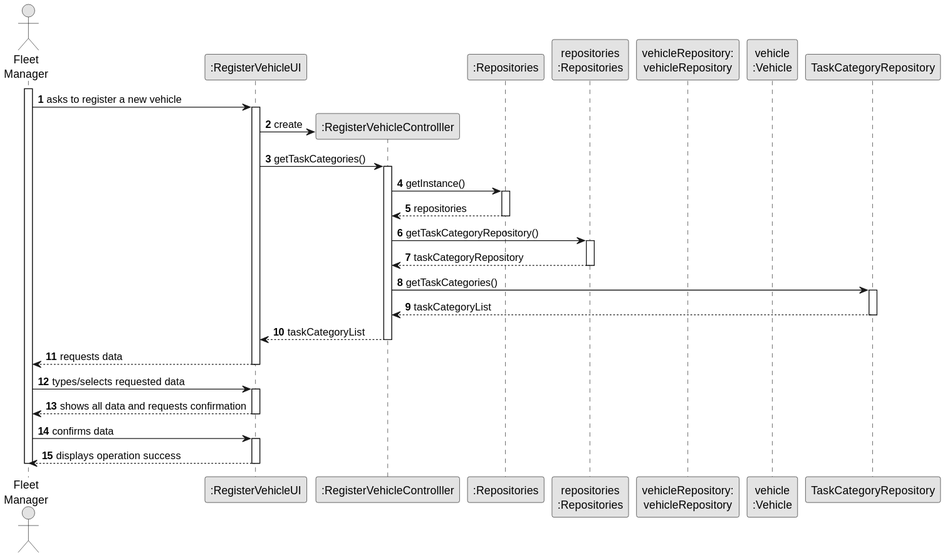
daniel41silva05/ISEP_2023_2024_LAPR2 keeps this PlantUML diagram as docs/sprintA&B/us006/03.design/svg/us006-sequence-diagram-full.svg. Above is the earlier version.
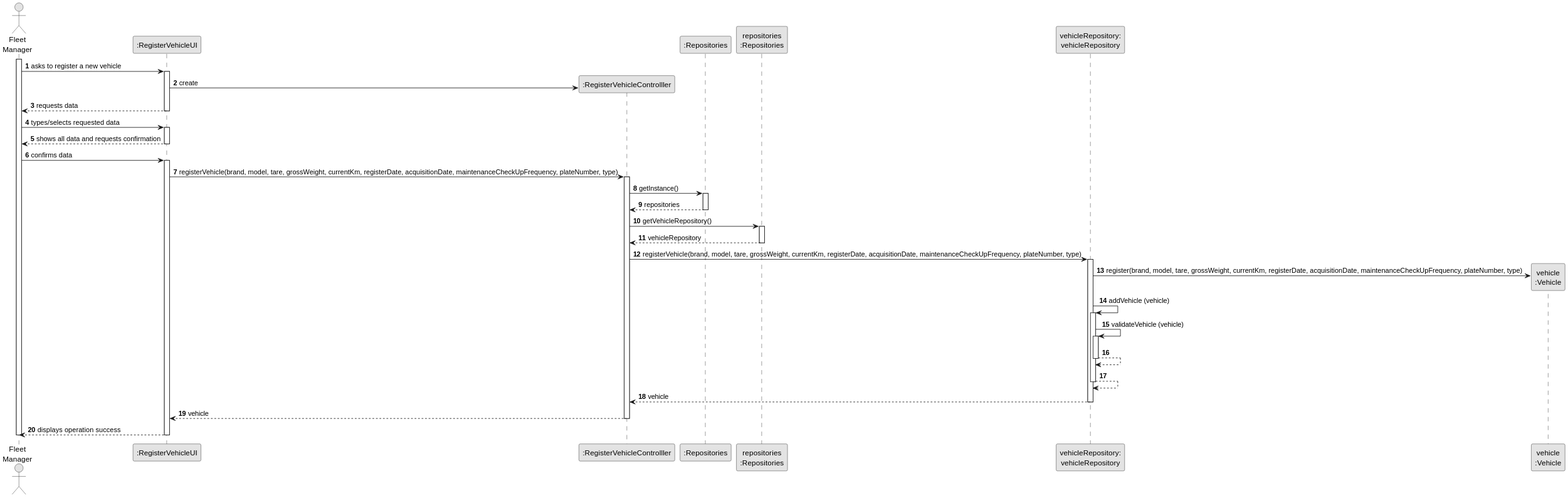
The same file after the commit.

What changed in the source:
```diff
@@ -8,56 +8,69 @@
 actor "Fleet\nManager" as FM
 participant ":RegisterVehicleUI" as UI
 participant ":RegisterVehicleControlller" as CTRL
-participant ":Repositories" as RepositorySingleton
-participant "repositories\n:Repositories" as PLAT
+participant ":Repositories" as REP
+participant "repositories\n:Repositories" as REPS
 participant "vehicleRepository:\nvehicleRepository" as vehicleRepository
 participant "vehicle\n:Vehicle" as VEHICLE
 
 activate FM
 
-        FM -> UI : asks to register a new vehicle
+    FM -> UI : asks to register a new vehicle
+    activate UI
 
-        activate UI
+        UI -> CTRL** : create
 
-            UI -> CTRL** : create
-
-            UI -> CTRL : getTaskCategories()
-            activate CTRL
-
-                CTRL -> RepositorySingleton : getInstance()
-                activate RepositorySingleton
-
-                    RepositorySingleton --> CTRL: repositories
-                deactivate RepositorySingleton
-
-                CTRL -> PLAT : getTaskCategoryRepository()
-                activate PLAT
-
-                    PLAT --> CTRL: taskCategoryRepository
-                deactivate PLAT
-
-                CTRL -> TaskCategoryRepository : getTaskCategories()
-                activate TaskCategoryRepository
-
-                    TaskCategoryRepository --> CTRL : taskCategoryList
-                deactivate TaskCategoryRepository
-
-                CTRL --> UI : taskCategoryList
-            deactivate CTRL
-
-            UI --> FM : requests data
-        deactivate UI
+    UI --> FM : requests data
+    deactivate UI
 
     FM -> UI : types/selects requested data
     activate UI
 
-        UI --> FM : shows all data and requests confirmation
+    UI --> FM : shows all data and requests confirmation
     deactivate UI
 
     FM -> UI : confirms data
     activate UI
 
-        UI --> FM : displays operation success
+        UI -> CTRL: registerVehicle(brand, model, tare, grossWeight, currentKm, registerDate, acquisitionDate, maintenanceCheckUpFrequency, plateNumber, type)
+        activate CTRL
+
+            CTRL -> REP: getInstance()
+            activate REP
+
+            REP --> CTRL: repositories
+            deactivate REP
+
+            CTRL -> REPS: getVehicleRepository()
+            activate REPS
+
+            REPS --> CTRL: vehicleRepository
+            deactivate REPS
+
+            CTRL -> vehicleRepository: registerVehicle(brand, model, tare, grossWeight, currentKm, registerDate, acquisitionDate, maintenanceCheckUpFrequency, plateNumber, type)
+            activate vehicleRepository
+
+                vehicleRepository -> VEHICLE** : register(brand, model, tare, grossWeight, currentKm, registerDate, acquisitionDate, maintenanceCheckUpFrequency, plateNumber, type)
+
+                vehicleRepository -> vehicleRepository: addVehicle (vehicle)
+                activate vehicleRepository
+
+                vehicleRepository -> vehicleRepository: validateVehicle (vehicle)
+                activate vehicleRepository
+
+                vehicleRepository --> vehicleRepository
+                deactivate vehicleRepository
+
+                vehicleRepository --> vehicleRepository
+                deactivate vehicleRepository
+
+            vehicleRepository --> CTRL: vehicle
+            deactivate vehicleRepository
+
+        CTRL --> UI: vehicle
+        deactivate CTRL
+
+    UI --> FM : displays operation success
     deactivate UI
 
 deactivate FM
```
